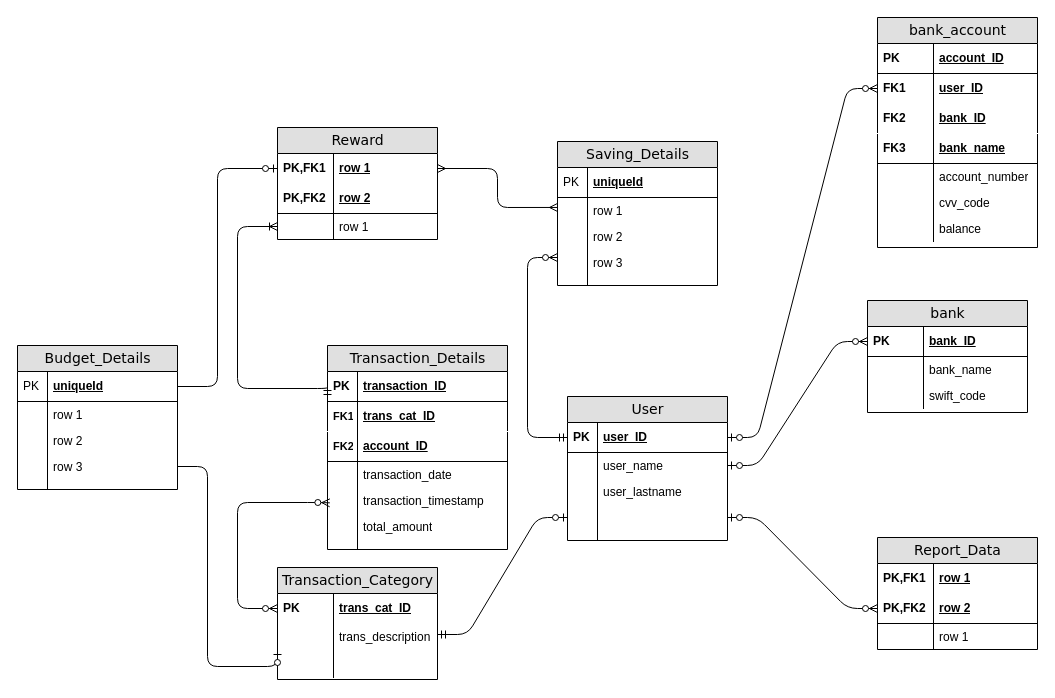
Above: Untitled Diagram.drawio in cibusse/diagrams (draw.io), before the change. Source tidied: cells renumbered, new cells numbered last; positions are measured from the earlier drawing's top-left corner, leaving out a move shared by most shapes. Both pictures are drawn from the tidied source at 100%, with x=0, y=0 at pixel (17, 17).
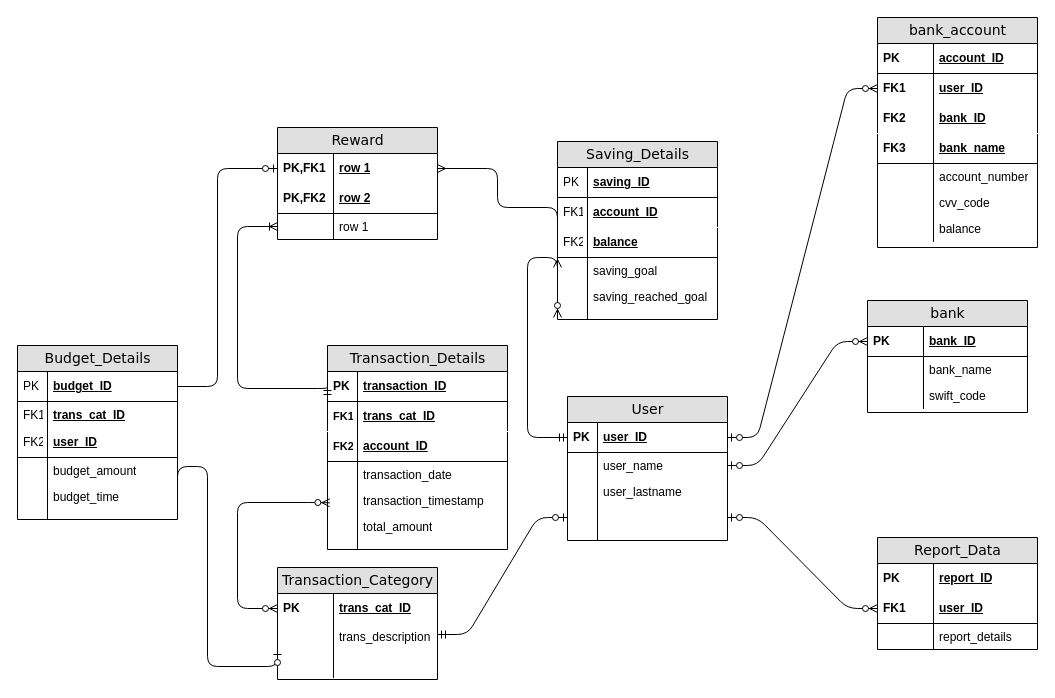
The same diagram, later.

The change refers to these unchanged cells:
```xml
<mxCell id="36" value="user_ID" style="shape=partialRectangle;top=0;left=0;right=0;bottom=1;html=1;align=left;verticalAlign=middle;fillColor=none;spacingLeft=34;spacingRight=4;whiteSpace=wrap;overflow=hidden;points=[[0,0.5],[1,0.5]];portConstraint=eastwest;fontStyle=5;" parent="35" vertex="1">
  <mxGeometry y="26" width="160" height="30" as="geometry" />
</mxCell>
<mxCell id="79" value="Report_Data" style="swimlane;html=1;fontStyle=0;horizontal=1;startSize=26;fillColor=#e0e0e0;swimlaneFillColor=#ffffff;align=center;rounded=0;shadow=0;comic=0;labelBackgroundColor=none;strokeWidth=1;fontFamily=Verdana;fontSize=14;" parent="1" vertex="1">
  <mxGeometry x="860" y="520" width="160" height="112" as="geometry" />
</mxCell>
```

What changed in the source:
```diff
@@
     <mxCell id="9" value="Saving_Details" style="swimlane;html=1;fontStyle=0;horizontal=1;startSize=26;fillColor=#e0e0e0;swimlaneFillColor=#ffffff;align=center;rounded=0;shadow=0;comic=0;labelBackgroundColor=none;strokeWidth=1;fontFamily=Verdana;fontSize=14;swimlaneLine=1;" parent="1" vertex="1">
-      <mxGeometry x="540" y="124" width="160" height="144" as="geometry" />
+      <mxGeometry x="540" y="124" width="160" height="178" as="geometry" />
     </mxCell>
-    <mxCell id="10" value="uniqueId" style="shape=partialRectangle;top=0;left=0;right=0;bottom=1;html=1;align=left;verticalAlign=middle;fillColor=none;spacingLeft=34;spacingRight=4;whiteSpace=wrap;overflow=hidden;fontStyle=5;" parent="9" vertex="1">
+    <mxCell id="10" value="saving_ID" style="shape=partialRectangle;top=0;left=0;right=0;bottom=1;html=1;align=left;verticalAlign=middle;fillColor=none;spacingLeft=34;spacingRight=4;whiteSpace=wrap;overflow=hidden;fontStyle=5;" parent="9" vertex="1">
       <mxGeometry y="26" width="160" height="30" as="geometry" />
     </mxCell>
@@
+    <mxCell id="101" value="account_ID" style="shape=partialRectangle;top=0;left=0;right=0;bottom=1;html=1;align=left;verticalAlign=middle;fillColor=none;spacingLeft=34;spacingRight=4;whiteSpace=wrap;overflow=hidden;fontStyle=5;strokeColor=#FFFFFF;" parent="9" vertex="1">
+      <mxGeometry y="56" width="160" height="30" as="geometry" />
+    </mxCell>
+    <mxCell id="102" value="FK1" style="shape=partialRectangle;top=0;left=0;bottom=0;html=1;fillColor=none;align=left;verticalAlign=middle;spacingLeft=4;spacingRight=4;whiteSpace=wrap;overflow=hidden;" parent="101" vertex="1">
+      <mxGeometry width="30" height="30" as="geometry" />
+    </mxCell>
+    <mxCell id="103" value="balance" style="shape=partialRectangle;top=0;left=0;right=0;bottom=1;html=1;align=left;verticalAlign=middle;fillColor=none;spacingLeft=34;spacingRight=4;whiteSpace=wrap;overflow=hidden;fontStyle=5;" parent="9" vertex="1">
+      <mxGeometry y="86" width="160" height="30" as="geometry" />
+    </mxCell>
+    <mxCell id="104" value="FK2" style="shape=partialRectangle;top=0;left=0;bottom=0;html=1;fillColor=none;align=left;verticalAlign=middle;spacingLeft=4;spacingRight=4;whiteSpace=wrap;overflow=hidden;" parent="103" vertex="1">
+      <mxGeometry width="30" height="30" as="geometry" />
+    </mxCell>
-    <mxCell id="12" value="row 1" style="shape=partialRectangle;top=0;left=0;right=0;bottom=0;html=1;align=left;verticalAlign=top;fillColor=none;spacingLeft=34;spacingRight=4;whiteSpace=wrap;overflow=hidden;points=[[0,0.5],[1,0.5]];portConstraint=eastwest;" parent="9" vertex="1">
-      <mxGeometry y="56" width="160" height="26" as="geometry" />
+    <mxCell id="12" value="saving_goal" style="shape=partialRectangle;top=0;left=0;right=0;bottom=0;html=1;align=left;verticalAlign=top;fillColor=none;spacingLeft=34;spacingRight=4;whiteSpace=wrap;overflow=hidden;points=[[0,0.5],[1,0.5]];portConstraint=eastwest;" parent="9" vertex="1">
+      <mxGeometry y="116" width="160" height="26" as="geometry" />
     </mxCell>
@@
-    <mxCell id="14" value="row 2" style="shape=partialRectangle;top=0;left=0;right=0;bottom=0;html=1;align=left;verticalAlign=top;fillColor=none;spacingLeft=34;spacingRight=4;whiteSpace=wrap;overflow=hidden;" parent="9" vertex="1">
-      <mxGeometry y="82" width="160" height="26" as="geometry" />
+    <mxCell id="14" value="saving_reached_goal" style="shape=partialRectangle;top=0;left=0;right=0;bottom=0;html=1;align=left;verticalAlign=top;fillColor=none;spacingLeft=34;spacingRight=4;whiteSpace=wrap;overflow=hidden;" parent="9" vertex="1">
+      <mxGeometry y="142" width="160" height="26" as="geometry" />
     </mxCell>
@@
-    <mxCell id="16" value="row 3" style="shape=partialRectangle;top=0;left=0;right=0;bottom=0;html=1;align=left;verticalAlign=top;fillColor=none;spacingLeft=34;spacingRight=4;whiteSpace=wrap;overflow=hidden;points=[[0,0.5],[1,0.5]];portConstraint=eastwest;" parent="9" vertex="1">
-      <mxGeometry y="108" width="160" height="26" as="geometry" />
-    </mxCell>
-    <mxCell id="17" style="shape=partialRectangle;top=0;left=0;bottom=0;html=1;fillColor=none;align=left;verticalAlign=top;spacingLeft=4;spacingRight=4;whiteSpace=wrap;overflow=hidden;" parent="16" vertex="1">
-      <mxGeometry width="30" height="26" as="geometry" />
-    </mxCell>
     <mxCell id="18" style="shape=partialRectangle;top=0;left=0;right=0;bottom=0;html=1;align=left;verticalAlign=top;fillColor=none;spacingLeft=34;spacingRight=4;whiteSpace=wrap;overflow=hidden;" parent="9" vertex="1">
-      <mxGeometry y="134" width="160" height="10" as="geometry" />
+      <mxGeometry y="168" width="160" height="10" as="geometry" />
     </mxCell>
@@
-    <mxCell id="69" style="edgeStyle=orthogonalEdgeStyle;html=1;endArrow=ERzeroToMany;startArrow=ERmandOne;labelBackgroundColor=none;fontFamily=Verdana;fontSize=14;entryX=0;entryY=0.308;entryPerimeter=0;exitX=0;exitY=0.5;" parent="1" edge="1" source="36" target="16">
+    <mxCell id="69" style="edgeStyle=orthogonalEdgeStyle;html=1;endArrow=ERzeroToMany;startArrow=ERmandOne;labelBackgroundColor=none;fontFamily=Verdana;fontSize=14;entryX=0;entryY=0.308;entryPerimeter=0;exitX=0;exitY=0.5;" parent="1" edge="1" source="36">
       <mxGeometry relative="1" as="geometry">
+        <mxPoint x="540" y="300" as="targetPoint" />
         <Array as="points">
           <mxPoint x="510" y="420" />
           <mxPoint x="510" y="240" />
         </Array>
       </mxGeometry>
     </mxCell>
@@
-    <mxCell id="80" value="row 1" style="shape=partialRectangle;top=0;left=0;right=0;bottom=0;html=1;align=left;verticalAlign=middle;fillColor=none;spacingLeft=60;spacingRight=4;whiteSpace=wrap;overflow=hidden;fontStyle=5;" parent="79" vertex="1">
+    <mxCell id="80" value="report_ID" style="shape=partialRectangle;top=0;left=0;right=0;bottom=0;html=1;align=left;verticalAlign=middle;fillColor=none;spacingLeft=60;spacingRight=4;whiteSpace=wrap;overflow=hidden;fontStyle=5;" parent="79" vertex="1">
       <mxGeometry y="26" width="160" height="30" as="geometry" />
     </mxCell>
-    <mxCell id="81" value="PK,FK1" style="shape=partialRectangle;fontStyle=1;top=0;left=0;bottom=0;html=1;fillColor=none;align=left;verticalAlign=middle;spacingLeft=4;spacingRight=4;whiteSpace=wrap;overflow=hidden;" parent="80" vertex="1">
+    <mxCell id="81" value="PK" style="shape=partialRectangle;fontStyle=1;top=0;left=0;bottom=0;html=1;fillColor=none;align=left;verticalAlign=middle;spacingLeft=4;spacingRight=4;whiteSpace=wrap;overflow=hidden;" parent="80" vertex="1">
       <mxGeometry width="56" height="30" as="geometry" />
     </mxCell>
-    <mxCell id="82" value="row 2" style="shape=partialRectangle;top=0;left=0;right=0;bottom=1;html=1;align=left;verticalAlign=middle;fillColor=none;spacingLeft=60;spacingRight=4;whiteSpace=wrap;overflow=hidden;points=[[0,0.5],[1,0.5]];portConstraint=eastwest;fontStyle=5;" parent="79" vertex="1">
+    <mxCell id="82" value="user_ID" style="shape=partialRectangle;top=0;left=0;right=0;bottom=1;html=1;align=left;verticalAlign=middle;fillColor=none;spacingLeft=60;spacingRight=4;whiteSpace=wrap;overflow=hidden;points=[[0,0.5],[1,0.5]];portConstraint=eastwest;fontStyle=5;" parent="79" vertex="1">
       <mxGeometry y="56" width="160" height="30" as="geometry" />
     </mxCell>
-    <mxCell id="83" value="PK,FK2" style="shape=partialRectangle;fontStyle=1;top=0;left=0;bottom=0;html=1;fillColor=none;align=left;verticalAlign=middle;spacingLeft=4;spacingRight=4;whiteSpace=wrap;overflow=hidden;" parent="82" vertex="1">
+    <mxCell id="83" value="FK1" style="shape=partialRectangle;fontStyle=1;top=0;left=0;bottom=0;html=1;fillColor=none;align=left;verticalAlign=middle;spacingLeft=4;spacingRight=4;whiteSpace=wrap;overflow=hidden;" parent="82" vertex="1">
       <mxGeometry width="56" height="30" as="geometry" />
     </mxCell>
-    <mxCell id="84" value="row 1" style="shape=partialRectangle;top=0;left=0;right=0;bottom=0;html=1;align=left;verticalAlign=top;fillColor=none;spacingLeft=60;spacingRight=4;whiteSpace=wrap;overflow=hidden;" parent="79" vertex="1">
+    <mxCell id="84" value="report_details" style="shape=partialRectangle;top=0;left=0;right=0;bottom=0;html=1;align=left;verticalAlign=top;fillColor=none;spacingLeft=60;spacingRight=4;whiteSpace=wrap;overflow=hidden;" parent="79" vertex="1">
       <mxGeometry y="86" width="160" height="26" as="geometry" />
     </mxCell>
@@
     <mxCell id="88" value="Budget_Details" style="swimlane;html=1;fontStyle=0;horizontal=1;startSize=26;fillColor=#e0e0e0;swimlaneFillColor=#ffffff;align=center;rounded=0;shadow=0;comic=0;labelBackgroundColor=none;strokeWidth=1;fontFamily=Verdana;fontSize=14;" parent="1" vertex="1">
-      <mxGeometry y="328" width="160" height="144" as="geometry" />
+      <mxGeometry y="328" width="160" height="174" as="geometry" />
     </mxCell>
-    <mxCell id="89" value="uniqueId" style="shape=partialRectangle;top=0;left=0;right=0;bottom=1;html=1;align=left;verticalAlign=middle;fillColor=none;spacingLeft=34;spacingRight=4;whiteSpace=wrap;overflow=hidden;points=[[0,0.5],[1,0.5]];portConstraint=eastwest;fontStyle=5;" parent="88" vertex="1">
+    <mxCell id="89" value="budget_ID" style="shape=partialRectangle;top=0;left=0;right=0;bottom=1;html=1;align=left;verticalAlign=middle;fillColor=none;spacingLeft=34;spacingRight=4;whiteSpace=wrap;overflow=hidden;points=[[0,0.5],[1,0.5]];portConstraint=eastwest;fontStyle=5;" parent="88" vertex="1">
       <mxGeometry y="26" width="160" height="30" as="geometry" />
     </mxCell>
@@
-    <mxCell id="91" value="row 1" style="shape=partialRectangle;top=0;left=0;right=0;bottom=0;html=1;align=left;verticalAlign=top;fillColor=none;spacingLeft=34;spacingRight=4;whiteSpace=wrap;overflow=hidden;" parent="88" vertex="1">
+    <mxCell id="91" value="&lt;span style=&quot;font-weight: 700; text-decoration-line: underline;&quot;&gt;trans_cat_ID&lt;/span&gt;" style="shape=partialRectangle;top=0;left=0;right=0;bottom=0;html=1;align=left;verticalAlign=top;fillColor=none;spacingLeft=34;spacingRight=4;whiteSpace=wrap;overflow=hidden;" parent="88" vertex="1">
       <mxGeometry y="56" width="160" height="26" as="geometry" />
     </mxCell>
-    <mxCell id="92" style="shape=partialRectangle;top=0;left=0;bottom=0;html=1;fillColor=none;align=left;verticalAlign=top;spacingLeft=4;spacingRight=4;whiteSpace=wrap;overflow=hidden;" parent="91" vertex="1">
+    <mxCell id="92" value="FK1" style="shape=partialRectangle;top=0;left=0;bottom=0;html=1;fillColor=none;align=left;verticalAlign=top;spacingLeft=4;spacingRight=4;whiteSpace=wrap;overflow=hidden;" parent="91" vertex="1">
       <mxGeometry width="30" height="26" as="geometry" />
     </mxCell>
+    <mxCell id="105" value="user_ID" style="shape=partialRectangle;top=0;left=0;right=0;bottom=1;html=1;align=left;verticalAlign=middle;fillColor=none;spacingLeft=34;spacingRight=4;whiteSpace=wrap;overflow=hidden;fontStyle=5;" parent="88" vertex="1">
+      <mxGeometry y="82" width="160" height="30" as="geometry" />
+    </mxCell>
+    <mxCell id="106" value="FK2" style="shape=partialRectangle;top=0;left=0;bottom=0;html=1;fillColor=none;align=left;verticalAlign=middle;spacingLeft=4;spacingRight=4;whiteSpace=wrap;overflow=hidden;" parent="105" vertex="1">
+      <mxGeometry width="30" height="30" as="geometry" />
+    </mxCell>
-    <mxCell id="93" value="row 2" style="shape=partialRectangle;top=0;left=0;right=0;bottom=0;html=1;align=left;verticalAlign=top;fillColor=none;spacingLeft=34;spacingRight=4;whiteSpace=wrap;overflow=hidden;" parent="88" vertex="1">
-      <mxGeometry y="82" width="160" height="26" as="geometry" />
+    <mxCell id="93" value="budget_amount" style="shape=partialRectangle;top=0;left=0;right=0;bottom=0;html=1;align=left;verticalAlign=top;fillColor=none;spacingLeft=34;spacingRight=4;whiteSpace=wrap;overflow=hidden;" parent="88" vertex="1">
+      <mxGeometry y="112" width="160" height="26" as="geometry" />
     </mxCell>
@@
-    <mxCell id="95" value="row 3" style="shape=partialRectangle;top=0;left=0;right=0;bottom=0;html=1;align=left;verticalAlign=top;fillColor=none;spacingLeft=34;spacingRight=4;whiteSpace=wrap;overflow=hidden;points=[[0,0.5],[1,0.5]];portConstraint=eastwest;" parent="88" vertex="1">
-      <mxGeometry y="108" width="160" height="26" as="geometry" />
+    <mxCell id="95" value="budget_time" style="shape=partialRectangle;top=0;left=0;right=0;bottom=0;html=1;align=left;verticalAlign=top;fillColor=none;spacingLeft=34;spacingRight=4;whiteSpace=wrap;overflow=hidden;points=[[0,0.5],[1,0.5]];portConstraint=eastwest;" parent="88" vertex="1">
+      <mxGeometry y="138" width="160" height="26" as="geometry" />
     </mxCell>
@@
     <mxCell id="97" style="shape=partialRectangle;top=0;left=0;right=0;bottom=0;html=1;align=left;verticalAlign=top;fillColor=none;spacingLeft=34;spacingRight=4;whiteSpace=wrap;overflow=hidden;" parent="88" vertex="1">
-      <mxGeometry y="134" width="160" height="10" as="geometry" />
+      <mxGeometry y="164" width="160" height="10" as="geometry" />
     </mxCell>
```
